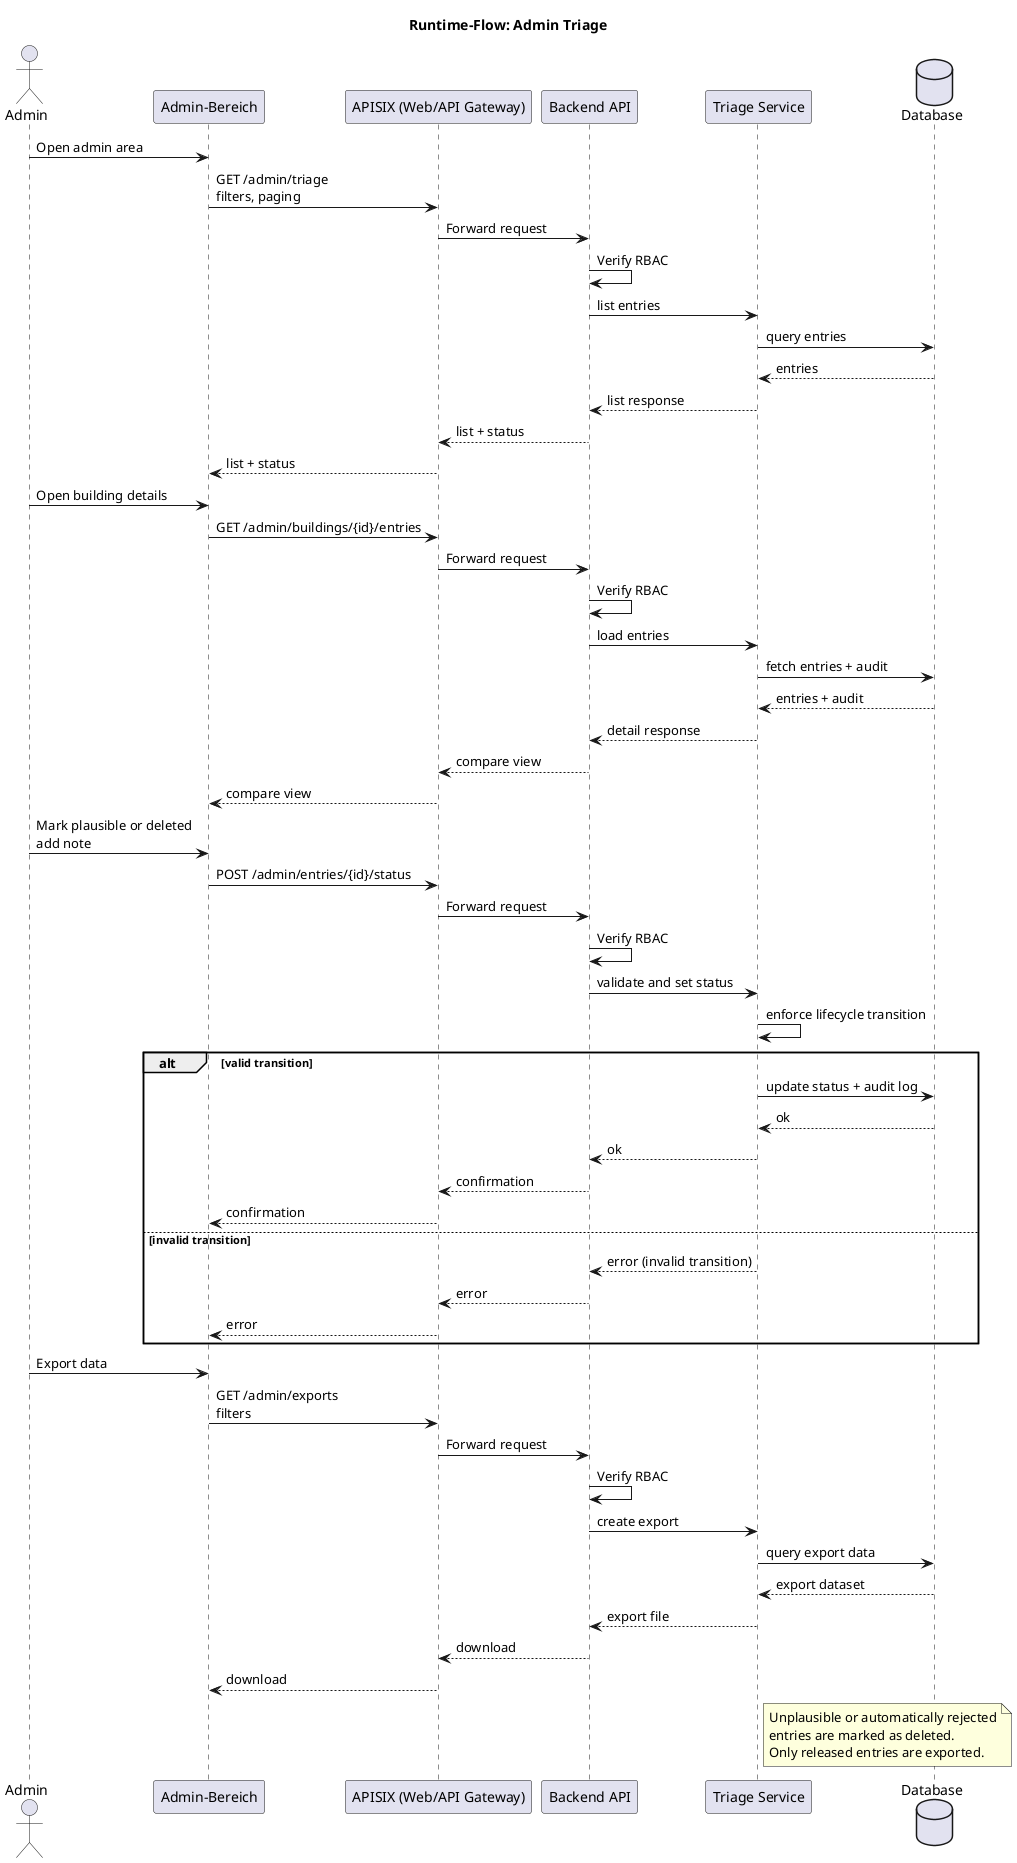
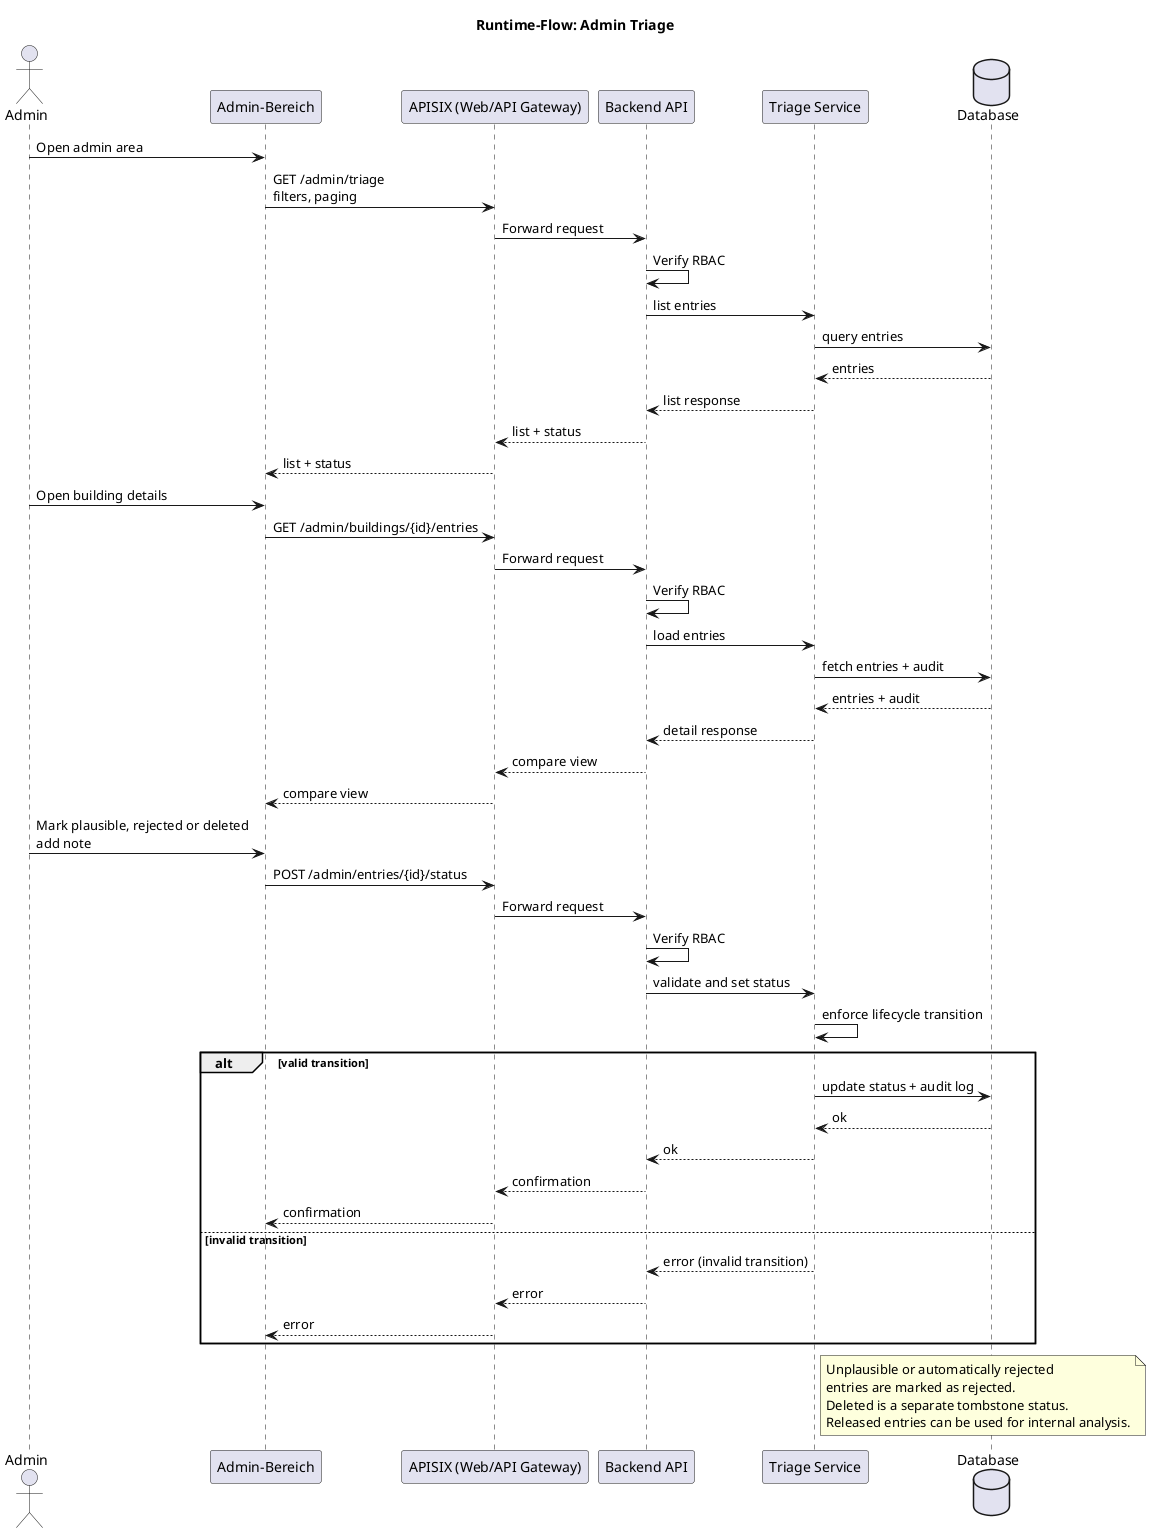
@startuml
title Runtime-Flow: Admin Triage

actor Admin
participant "Admin-Bereich" as ui
participant "APISIX (Web/API Gateway)" as gateway
participant "Backend API" as api
participant "Triage Service" as triage
database "Database" as db

Admin -> ui : Open admin area
ui -> gateway : GET /admin/triage\nfilters, paging
gateway -> api : Forward request
api -> api : Verify RBAC
api -> triage : list entries
triage -> db : query entries
db --> triage : entries
triage --> api : list response
api --> gateway : list + status
gateway --> ui : list + status

Admin -> ui : Open building details
ui -> gateway : GET /admin/buildings/{id}/entries
gateway -> api : Forward request
api -> api : Verify RBAC
api -> triage : load entries
triage -> db : fetch entries + audit
db --> triage : entries + audit
triage --> api : detail response
api --> gateway : compare view
gateway --> ui : compare view

- Admin -> ui : Mark plausible or deleted\nadd note
+ Admin -> ui : Mark plausible, rejected or deleted\nadd note
ui -> gateway : POST /admin/entries/{id}/status
gateway -> api : Forward request
api -> api : Verify RBAC
api -> triage : validate and set status
triage -> triage : enforce lifecycle transition
alt valid transition
  triage -> db : update status + audit log
  db --> triage : ok
  triage --> api : ok
  api --> gateway : confirmation
  gateway --> ui : confirmation
else invalid transition
  triage --> api : error (invalid transition)
  api --> gateway : error
  gateway --> ui : error
end

- Admin -> ui : Export data
- ui -> gateway : GET /admin/exports\nfilters
- gateway -> api : Forward request
- api -> api : Verify RBAC
- api -> triage : create export
- triage -> db : query export data
- db --> triage : export dataset
- triage --> api : export file
- api --> gateway : download
- gateway --> ui : download
- 
note right of triage
Unplausible or automatically rejected
- entries are marked as deleted.
- Only released entries are exported.
+ entries are marked as rejected.
+ Deleted is a separate tombstone status.
+ Released entries can be used for internal analysis.
end note

@enduml
